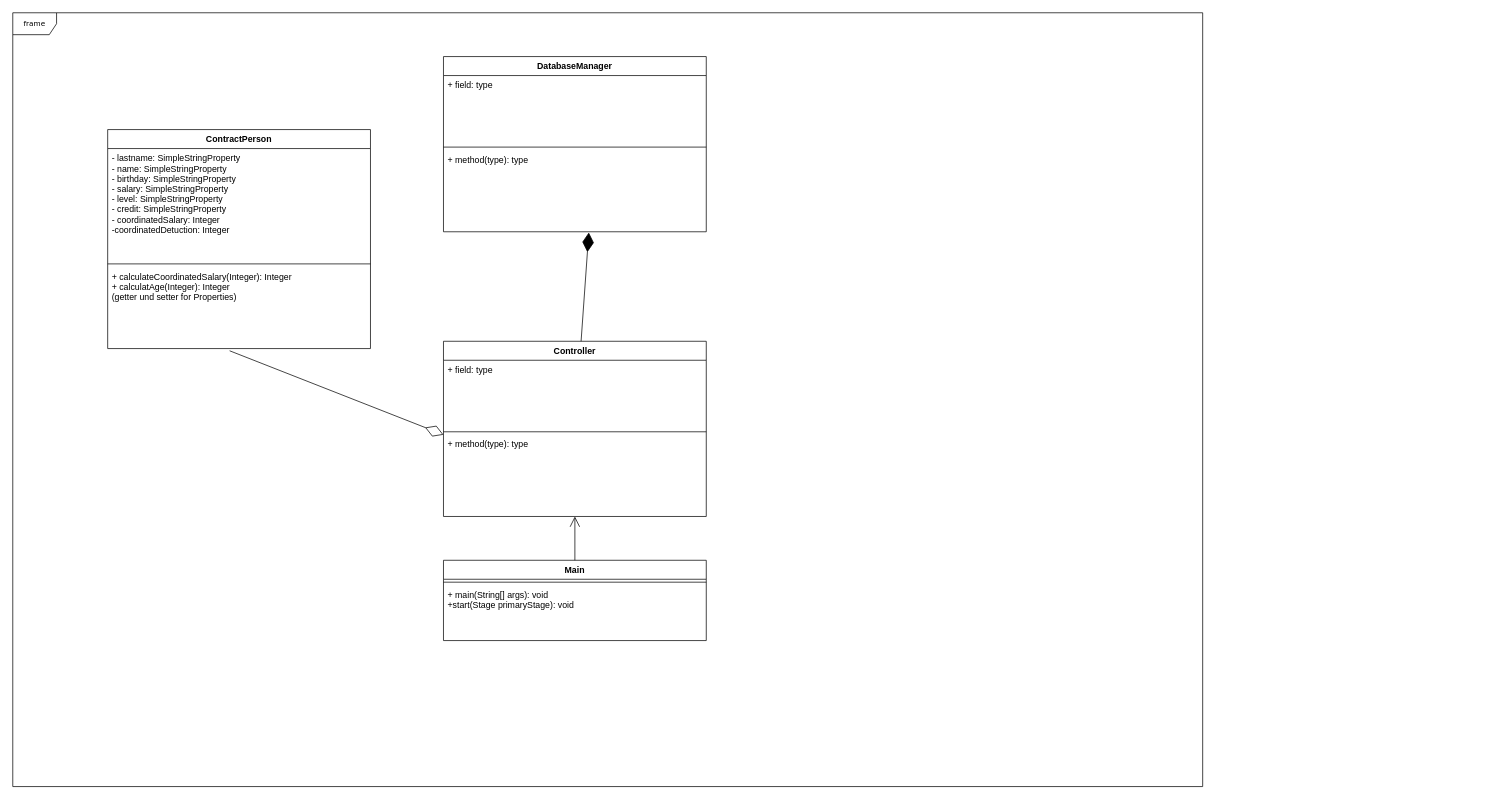
Above: src/Class_Diagram.drawio in andreasvogt89/TopRente (draw.io), before the change. Source tidied: cells renumbered, new cells numbered last; positions are measured from the earlier drawing's top-left corner, leaving out a move shared by most shapes. Both pictures are drawn from the tidied source at 73%, with x=0, y=0 at pixel (12, 12).
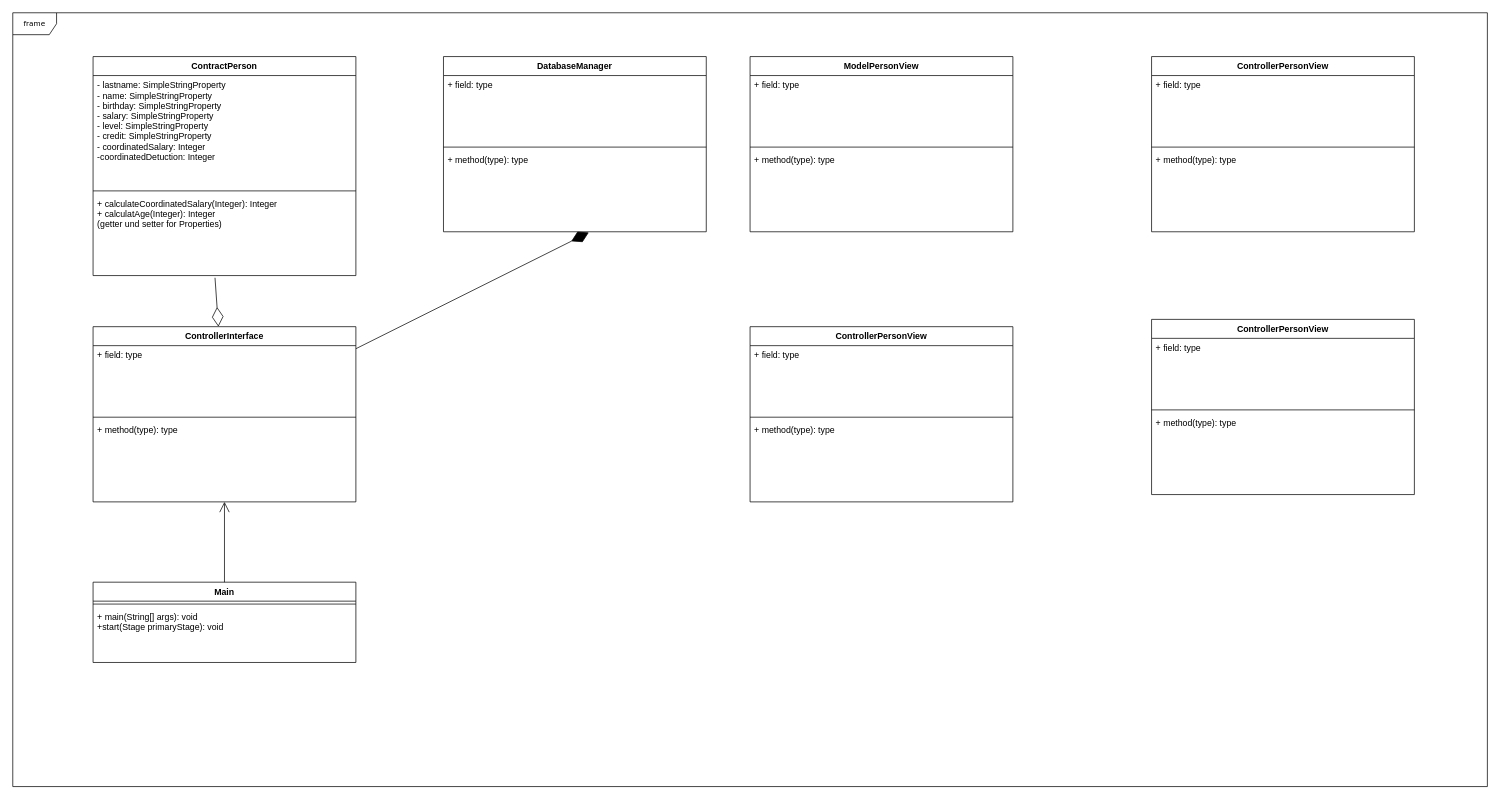
Above is the later version.

The change refers to these unchanged cells:
```xml
<mxCell id="6" value="+ calculateCoordinatedSalary(Integer): Integer&#10;+ calculatAge(Integer): Integer&#10;(getter und setter for Properties)" style="text;strokeColor=none;fillColor=none;align=left;verticalAlign=top;spacingLeft=4;spacingRight=4;overflow=hidden;points=[[0,0.5],[1,0.5]];portConstraint=eastwest;" parent="3" vertex="1">
  <mxGeometry y="188" width="360" height="112" as="geometry" />
</mxCell>
<mxCell id="13" value="+ method(type): type" style="text;strokeColor=none;fillColor=none;align=left;verticalAlign=top;spacingLeft=4;spacingRight=4;overflow=hidden;points=[[0,0.5],[1,0.5]];portConstraint=eastwest;" parent="10" vertex="1">
  <mxGeometry y="128" width="360" height="112" as="geometry" />
</mxCell>
<mxCell id="17" value="+ method(type): type" style="text;strokeColor=none;fillColor=none;align=left;verticalAlign=top;spacingLeft=4;spacingRight=4;overflow=hidden;points=[[0,0.5],[1,0.5]];portConstraint=eastwest;" parent="14" vertex="1">
  <mxGeometry y="128" width="360" height="112" as="geometry" />
</mxCell>
```

What changed in the source:
```diff
@@
     <mxCell id="2" value="frame" style="shape=umlFrame;whiteSpace=wrap;html=1;rounded=0;shadow=0;comic=0;labelBackgroundColor=none;strokeColor=#000000;strokeWidth=1;fillColor=#ffffff;fontFamily=Verdana;fontSize=10;fontColor=#000000;align=center;" parent="1" vertex="1">
-      <mxGeometry width="1630" height="1060" as="geometry" />
+      <mxGeometry width="2020" height="1060" as="geometry" />
     </mxCell>
     <mxCell id="3" value="ContractPerson" style="swimlane;fontStyle=1;align=center;verticalAlign=top;horizontal=1;startSize=26;" parent="1" vertex="1">
-      <mxGeometry x="130" y="160" width="360" height="300" as="geometry" />
+      <mxGeometry x="110" y="60" width="360" height="300" as="geometry" />
     </mxCell>
@@
     <mxCell id="7" value="Main" style="swimlane;fontStyle=1;align=center;verticalAlign=top;horizontal=1;startSize=26;" parent="1" vertex="1">
-      <mxGeometry x="590" y="750" width="360" height="110" as="geometry" />
+      <mxGeometry x="110" y="780" width="360" height="110" as="geometry" />
     </mxCell>
@@
+    <mxCell id="18" style="endArrow=diamondThin;endFill=1;endSize=24;html=1;entryX=0.553;entryY=1.009;entryDx=0;entryDy=0;entryPerimeter=0;" parent="1" edge="1" source="14" target="13">
+      <mxGeometry relative="1" as="geometry" />
+    </mxCell>
+    <mxCell id="19" style="endArrow=open;endFill=1;endSize=12;html=1;exitX=0.5;exitY=0;exitDx=0;exitDy=0;" parent="1" edge="1" source="7" target="17">
+      <mxGeometry relative="1" as="geometry" />
+    </mxCell>
+    <mxCell id="21" value="ControllerPersonView" style="swimlane;fontStyle=1;align=center;verticalAlign=top;horizontal=1;startSize=26;" parent="1" vertex="1">
+      <mxGeometry x="1010" y="430" width="360" height="240" as="geometry" />
+    </mxCell>
+    <mxCell id="22" value="+ field: type" style="text;strokeColor=none;fillColor=none;align=left;verticalAlign=top;spacingLeft=4;spacingRight=4;overflow=hidden;" parent="21" vertex="1">
+      <mxGeometry y="26" width="360" height="94" as="geometry" />
+    </mxCell>
+    <mxCell id="23" style="line;strokeWidth=1;fillColor=none;align=left;verticalAlign=middle;spacingTop=-1;spacingLeft=3;spacingRight=3;labelPosition=right;" parent="21" vertex="1">
+      <mxGeometry y="120" width="360" height="8" as="geometry" />
+    </mxCell>
+    <mxCell id="24" value="+ method(type): type" style="text;strokeColor=none;fillColor=none;align=left;verticalAlign=top;spacingLeft=4;spacingRight=4;overflow=hidden;" parent="21" vertex="1">
+      <mxGeometry y="128" width="360" height="112" as="geometry" />
+    </mxCell>
+    <mxCell id="25" value="ModelPersonView&#10;" style="swimlane;fontStyle=1;align=center;verticalAlign=top;horizontal=1;startSize=26;" parent="1" vertex="1">
+      <mxGeometry x="1010" y="60" width="360" height="240" as="geometry" />
+    </mxCell>
+    <mxCell id="26" value="+ field: type" style="text;strokeColor=none;fillColor=none;align=left;verticalAlign=top;spacingLeft=4;spacingRight=4;overflow=hidden;" parent="25" vertex="1">
+      <mxGeometry y="26" width="360" height="94" as="geometry" />
+    </mxCell>
+    <mxCell id="27" style="line;strokeWidth=1;fillColor=none;align=left;verticalAlign=middle;spacingTop=-1;spacingLeft=3;spacingRight=3;labelPosition=right;" parent="25" vertex="1">
+      <mxGeometry y="120" width="360" height="8" as="geometry" />
+    </mxCell>
+    <mxCell id="28" value="+ method(type): type" style="text;strokeColor=none;fillColor=none;align=left;verticalAlign=top;spacingLeft=4;spacingRight=4;overflow=hidden;" parent="25" vertex="1">
+      <mxGeometry y="128" width="360" height="112" as="geometry" />
+    </mxCell>
-    <mxCell id="14" value="Controller" style="swimlane;fontStyle=1;align=center;verticalAlign=top;horizontal=1;startSize=26;" parent="1" vertex="1">
-      <mxGeometry x="590" y="450" width="360" height="240" as="geometry" />
+    <mxCell id="14" value="ControllerInterface&#10;" style="swimlane;fontStyle=1;align=center;verticalAlign=top;horizontal=1;startSize=26;" parent="1" vertex="1">
+      <mxGeometry x="110" y="430" width="360" height="240" as="geometry" />
     </mxCell>
@@
-    <mxCell id="18" style="endArrow=diamondThin;endFill=1;endSize=24;html=1;entryX=0.553;entryY=1.009;entryDx=0;entryDy=0;entryPerimeter=0;" parent="1" edge="1" source="14" target="13">
-      <mxGeometry relative="1" as="geometry" />
-    </mxCell>
-    <mxCell id="19" style="endArrow=open;endFill=1;endSize=12;html=1;exitX=0.5;exitY=0;exitDx=0;exitDy=0;" parent="1" edge="1" source="7" target="17">
-      <mxGeometry relative="1" as="geometry" />
-    </mxCell>
-    <mxCell id="20" style="endArrow=diamondThin;endFill=0;endSize=24;html=1;exitX=0.464;exitY=1.027;exitDx=0;exitDy=0;exitPerimeter=0;" parent="1" edge="1" source="6">
-      <mxGeometry relative="1" as="geometry">
-        <mxPoint x="590" y="578" as="targetPoint" />
-      </mxGeometry>
-    </mxCell>
+    <mxCell id="29" style="endArrow=diamondThin;endFill=0;endSize=24;html=1;exitX=0.464;exitY=1.027;exitDx=0;exitDy=0;exitPerimeter=0;" parent="1" edge="1" source="6" target="14">
+      <mxGeometry relative="1" as="geometry" />
+    </mxCell>
+    <mxCell id="30" value="ControllerPersonView" style="swimlane;fontStyle=1;align=center;verticalAlign=top;horizontal=1;startSize=26;" parent="1" vertex="1">
+      <mxGeometry x="1560" y="60" width="360" height="240" as="geometry" />
+    </mxCell>
+    <mxCell id="31" value="+ field: type" style="text;strokeColor=none;fillColor=none;align=left;verticalAlign=top;spacingLeft=4;spacingRight=4;overflow=hidden;" parent="30" vertex="1">
+      <mxGeometry y="26" width="360" height="94" as="geometry" />
+    </mxCell>
+    <mxCell id="32" style="line;strokeWidth=1;fillColor=none;align=left;verticalAlign=middle;spacingTop=-1;spacingLeft=3;spacingRight=3;labelPosition=right;" parent="30" vertex="1">
+      <mxGeometry y="120" width="360" height="8" as="geometry" />
+    </mxCell>
+    <mxCell id="33" value="+ method(type): type" style="text;strokeColor=none;fillColor=none;align=left;verticalAlign=top;spacingLeft=4;spacingRight=4;overflow=hidden;" parent="30" vertex="1">
+      <mxGeometry y="128" width="360" height="112" as="geometry" />
+    </mxCell>
+    <mxCell id="34" value="ControllerPersonView" style="swimlane;fontStyle=1;align=center;verticalAlign=top;horizontal=1;startSize=26;" parent="1" vertex="1">
+      <mxGeometry x="1560" y="420" width="360" height="240" as="geometry" />
+    </mxCell>
+    <mxCell id="35" value="+ field: type" style="text;strokeColor=none;fillColor=none;align=left;verticalAlign=top;spacingLeft=4;spacingRight=4;overflow=hidden;" parent="34" vertex="1">
+      <mxGeometry y="26" width="360" height="94" as="geometry" />
+    </mxCell>
+    <mxCell id="36" style="line;strokeWidth=1;fillColor=none;align=left;verticalAlign=middle;spacingTop=-1;spacingLeft=3;spacingRight=3;labelPosition=right;" parent="34" vertex="1">
+      <mxGeometry y="120" width="360" height="8" as="geometry" />
+    </mxCell>
+    <mxCell id="37" value="+ method(type): type" style="text;strokeColor=none;fillColor=none;align=left;verticalAlign=top;spacingLeft=4;spacingRight=4;overflow=hidden;" parent="34" vertex="1">
+      <mxGeometry y="128" width="360" height="112" as="geometry" />
+    </mxCell>
```
